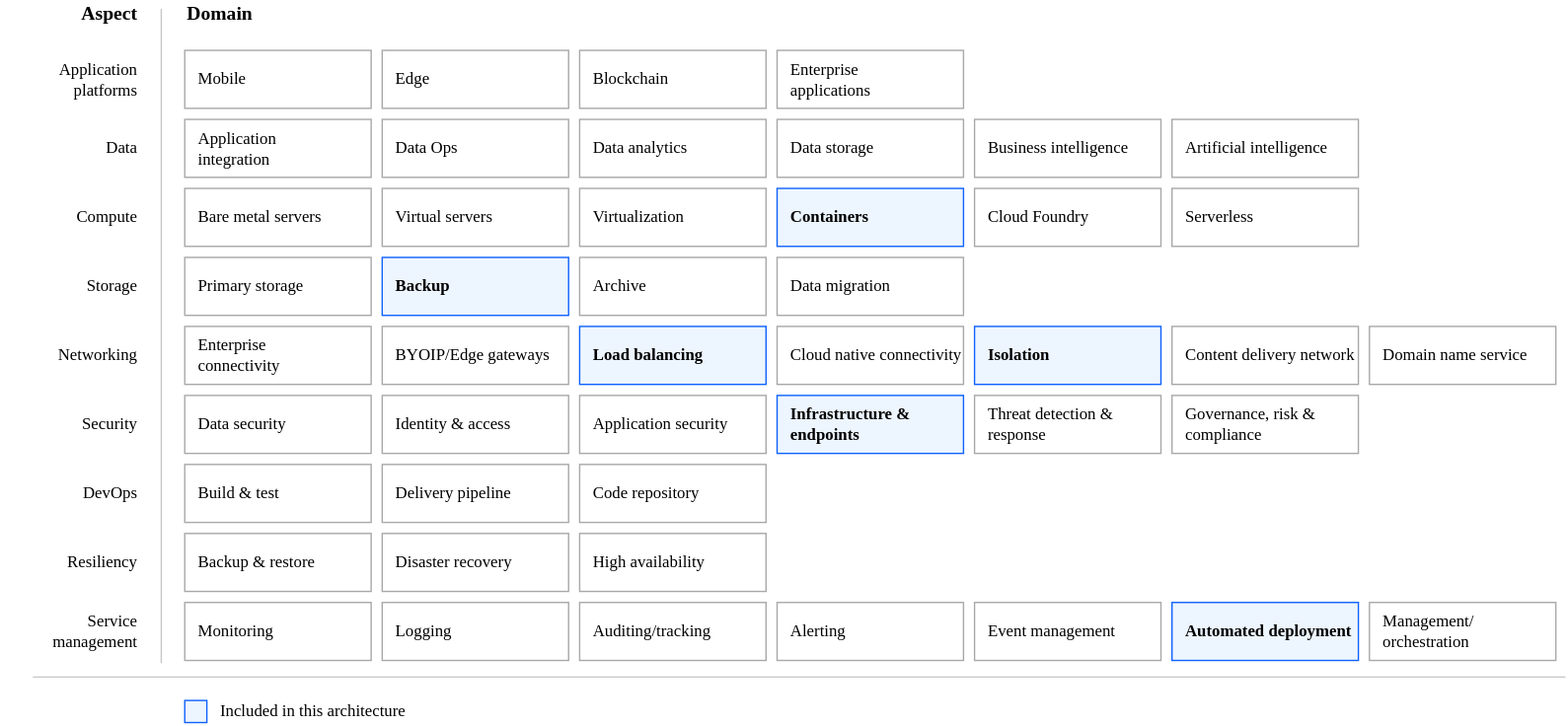
Above: reference-architectures/heat-map-deploy-arch-slz-roks-quickstart.svg in terraform-ibm-modules/terraform-ibm-landing-zone (draw.io), before the change. Source tidied: cells renumbered, new cells last; positions are measured from the earlier drawing's top-left corner, leaving out a move shared by most shapes.
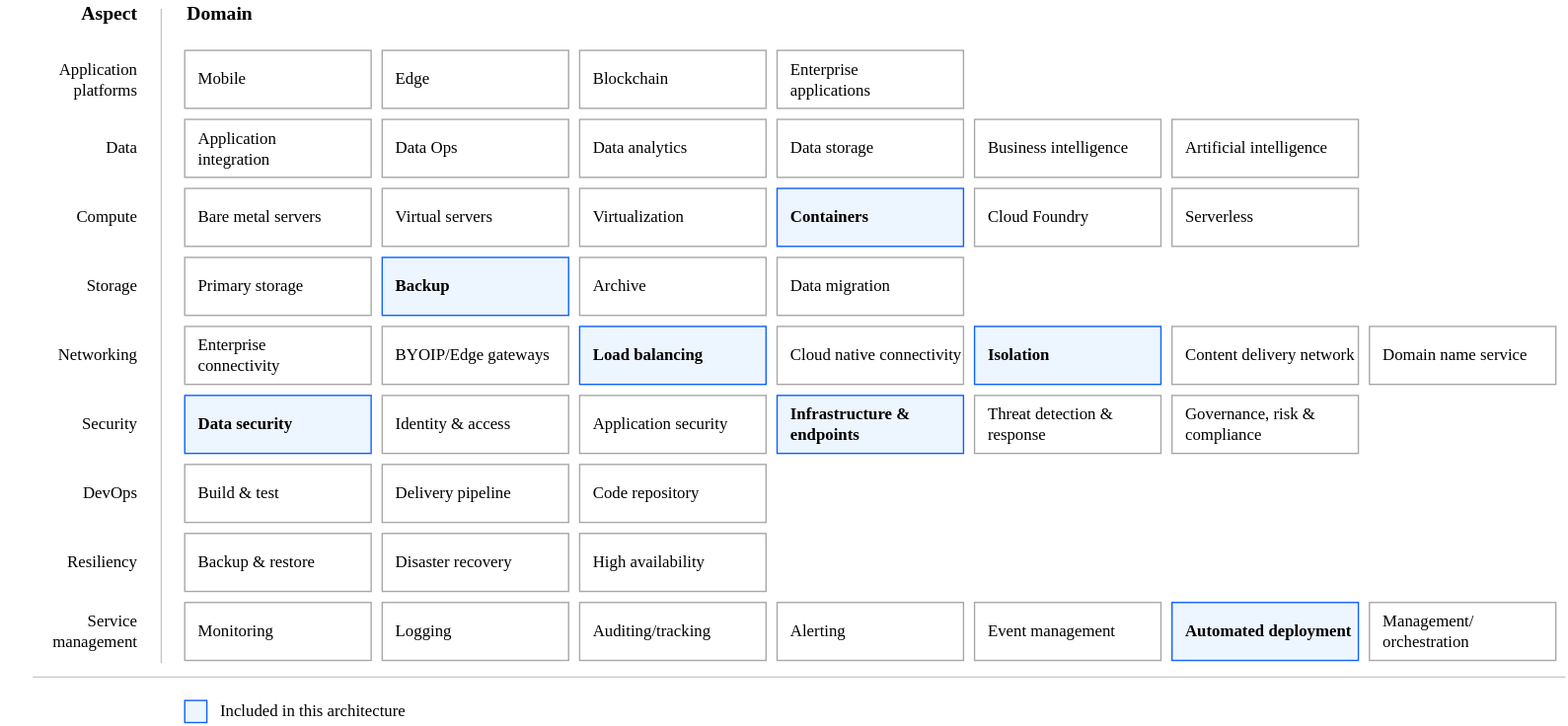
After the change.

Commit message:
docs: final review edits for roks quickstart ref arch

What changed in the source:
```diff
@@ -20,7 +20,7 @@
     <mxCell id="7" value="Build &amp;amp; test" style="rounded=0;whiteSpace=wrap;html=1;strokeColor=#A8A8A8;align=left;spacingLeft=8;fontFamily=IBM Plex Sans;" parent="1" vertex="1">
       <mxGeometry x="133" y="336" width="135" height="42" as="geometry" />
     </mxCell>
-    <mxCell id="8" value="Data security" style="rounded=0;whiteSpace=wrap;html=1;strokeColor=#A8A8A8;align=left;spacingLeft=8;fontFamily=IBM Plex Sans;fontStyle=0;fillColor=default;" parent="1" vertex="1">
+    <mxCell id="8" value="Data security" style="rounded=0;whiteSpace=wrap;html=1;strokeColor=#0E62FD;align=left;spacingLeft=8;fontFamily=IBM Plex Sans;fontStyle=1;fillColor=#EDF5FF;" parent="1" vertex="1">
       <mxGeometry x="133" y="286" width="135" height="42" as="geometry" />
     </mxCell>
     <mxCell id="9" value="Backup &amp;amp; restore" style="rounded=0;whiteSpace=wrap;html=1;strokeColor=#A8A8A8;align=left;spacingLeft=8;fontFamily=IBM Plex Sans;" parent="1" vertex="1">
```
